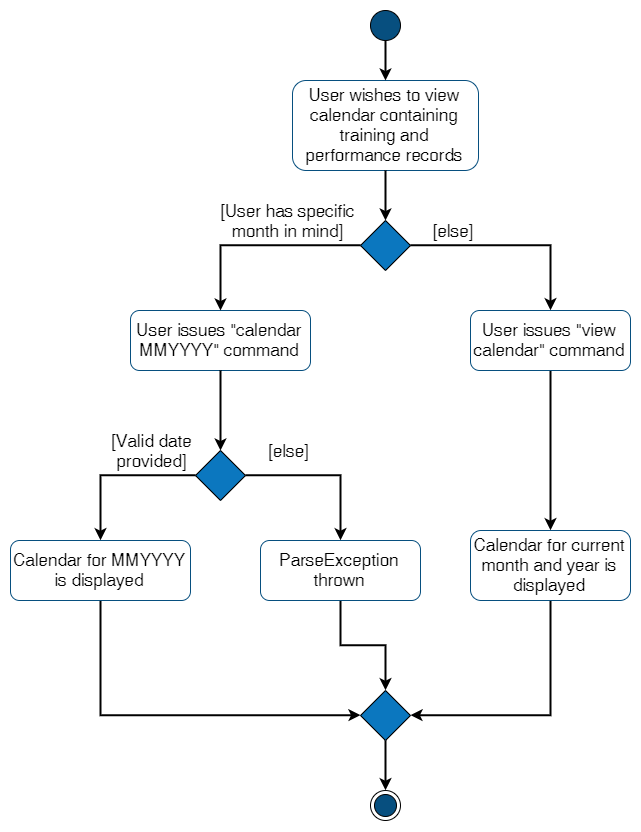
This is docs/images/Function1ActivityDiagram.png from nus-cs2103-AY1920S1/addressbook-level3, a draw.io export, as it was before one commit. Source tidied: cells renumbered, new cells last; positions are measured from the earlier drawing's top-left corner, leaving out a move shared by most shapes.
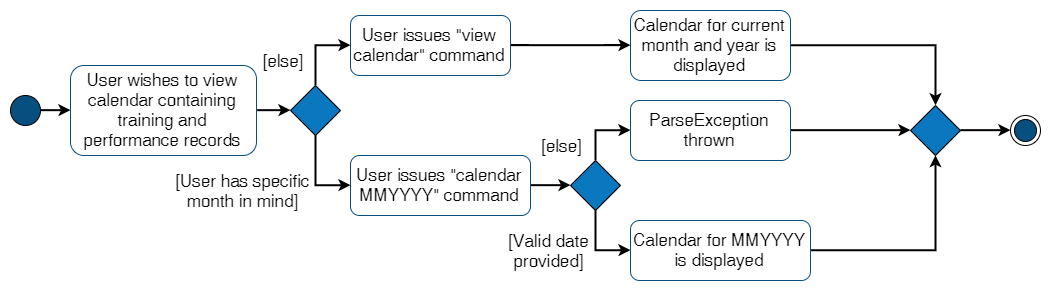
The same file after the commit.

Diff of the diagram source:
```diff
@@ -2,86 +2,86 @@
   <root>
     <mxCell id="0" />
     <mxCell id="1" parent="0" />
-    <mxCell id="2" style="ellipse;whiteSpace=wrap;html=1;fillColor=#074F7F;" parent="1" vertex="1">
-      <mxGeometry x="360" width="30" height="30" as="geometry" />
-    </mxCell>
-    <mxCell id="3" style="ellipse;html=1;shape=endState;fillColor=#074F7F;strokeColor=#000000;" parent="1" vertex="1">
-      <mxGeometry x="360" y="780" width="30" height="30" as="geometry" />
-    </mxCell>
+    <mxCell id="29" style="edgeStyle=orthogonalEdgeStyle;rounded=0;jettySize=auto;html=1;exitX=1;exitY=0.5;exitDx=0;exitDy=0;entryX=0;entryY=0.5;entryDx=0;entryDy=0;strokeWidth=2;" parent="1" edge="1" source="30" target="4">
+      <mxGeometry relative="1" as="geometry" />
+    </mxCell>
+    <mxCell id="30" style="ellipse;whiteSpace=wrap;html=1;fillColor=#074F7F;" parent="1" vertex="1">
+      <mxGeometry x="780" y="315" width="30" height="30" as="geometry" />
+    </mxCell>
+    <mxCell id="31" style="edgeStyle=orthogonalEdgeStyle;rounded=0;jettySize=auto;html=1;exitX=1;exitY=0.5;exitDx=0;exitDy=0;entryX=0;entryY=0.5;entryDx=0;entryDy=0;strokeWidth=2;" parent="1" edge="1" source="4" target="34">
+      <mxGeometry relative="1" as="geometry" />
+    </mxCell>
     <mxCell id="4" value="&lt;font style=&quot;font-size: 17px&quot;&gt;User wishes to view calendar containing training and performance records&lt;/font&gt;" style="rounded=1;whiteSpace=wrap;html=1;strokeColor=#074F7F;fillColor=#FFFFFF;" parent="1" vertex="1">
-      <mxGeometry x="282" y="70" width="186" height="90" as="geometry" />
+      <mxGeometry x="840" y="285" width="186" height="90" as="geometry" />
     </mxCell>
-    <mxCell id="5" style="endArrow=classic;html=1;strokeWidth=2;entryX=0.5;entryY=0;entryDx=0;entryDy=0;exitX=0.5;exitY=1;exitDx=0;exitDy=0;rounded=0;" parent="1" edge="1" source="2" target="4">
-      <mxGeometry relative="1" as="geometry" />
-    </mxCell>
-    <mxCell id="6" style="rhombus;whiteSpace=wrap;html=1;strokeColor=#000000;fillColor=#0B77BF;" parent="1" vertex="1">
-      <mxGeometry x="350" y="210" width="50" height="50" as="geometry" />
-    </mxCell>
-    <mxCell id="7" style="endArrow=classic;html=1;strokeWidth=2;entryX=0.5;entryY=0;entryDx=0;entryDy=0;exitX=0.5;exitY=1;exitDx=0;exitDy=0;rounded=0;" parent="1" edge="1" source="4" target="6">
-      <mxGeometry relative="1" as="geometry" />
-    </mxCell>
+    <mxCell id="32" style="edgeStyle=orthogonalEdgeStyle;rounded=0;jettySize=auto;html=1;exitX=0.5;exitY=1;exitDx=0;exitDy=0;entryX=0;entryY=0.5;entryDx=0;entryDy=0;strokeWidth=2;" parent="1" edge="1" source="34" target="8">
+      <mxGeometry relative="1" as="geometry" />
+    </mxCell>
+    <mxCell id="33" style="edgeStyle=orthogonalEdgeStyle;rounded=0;jettySize=auto;html=1;exitX=0.5;exitY=0;exitDx=0;exitDy=0;entryX=0;entryY=0.5;entryDx=0;entryDy=0;strokeWidth=2;" parent="1" edge="1" source="34" target="10">
+      <mxGeometry relative="1" as="geometry" />
+    </mxCell>
+    <mxCell id="34" style="rhombus;whiteSpace=wrap;html=1;strokeColor=#000000;fillColor=#0B77BF;" parent="1" vertex="1">
+      <mxGeometry x="1060" y="305" width="50" height="50" as="geometry" />
+    </mxCell>
+    <mxCell id="13" value="&lt;font style=&quot;font-size: 17px&quot;&gt;[User has specific month in mind]&lt;/font&gt;" style="text;html=1;strokeColor=none;fillColor=none;align=center;verticalAlign=middle;whiteSpace=wrap;rounded=0;" parent="1" vertex="1">
+      <mxGeometry x="940" y="400" width="145" height="20" as="geometry" />
+    </mxCell>
+    <mxCell id="14" value="&lt;font style=&quot;font-size: 17px&quot;&gt;[else]&lt;/font&gt;" style="text;html=1;strokeColor=none;fillColor=none;align=center;verticalAlign=middle;whiteSpace=wrap;rounded=0;" parent="1" vertex="1">
+      <mxGeometry x="980" y="270" width="145" height="20" as="geometry" />
+    </mxCell>
+    <mxCell id="35" style="edgeStyle=orthogonalEdgeStyle;rounded=0;jettySize=auto;html=1;exitX=1;exitY=0.5;exitDx=0;exitDy=0;entryX=0;entryY=0.5;entryDx=0;entryDy=0;strokeWidth=2;" parent="1" edge="1" source="8" target="38">
+      <mxGeometry relative="1" as="geometry" />
+    </mxCell>
     <mxCell id="8" value="&lt;font style=&quot;font-size: 17px&quot;&gt;User issues &quot;calendar MMYYYY&quot; command&lt;/font&gt;" style="rounded=1;whiteSpace=wrap;html=1;strokeColor=#074F7F;fillColor=#FFFFFF;" parent="1" vertex="1">
-      <mxGeometry x="120" y="300" width="180" height="60" as="geometry" />
+      <mxGeometry x="1120" y="375" width="180" height="60" as="geometry" />
     </mxCell>
-    <mxCell id="9" style="edgeStyle=orthogonalEdgeStyle;rounded=0;jettySize=auto;html=1;entryX=0.5;entryY=0;entryDx=0;entryDy=0;strokeWidth=2;" parent="1" edge="1" source="10" target="24">
+    <mxCell id="9" style="edgeStyle=orthogonalEdgeStyle;rounded=0;jettySize=auto;html=1;entryX=0;entryY=0.5;entryDx=0;entryDy=0;strokeWidth=2;" parent="1" edge="1" source="10" target="24">
       <mxGeometry relative="1" as="geometry" />
     </mxCell>
     <mxCell id="10" value="&lt;font style=&quot;font-size: 17px&quot;&gt;User issues &quot;view calendar&quot; command&lt;/font&gt;" style="rounded=1;whiteSpace=wrap;html=1;strokeColor=#074F7F;fillColor=#FFFFFF;" parent="1" vertex="1">
-      <mxGeometry x="460" y="300" width="160" height="60" as="geometry" />
+      <mxGeometry x="1120" y="235" width="160" height="60" as="geometry" />
     </mxCell>
-    <mxCell id="11" style="endArrow=classic;html=1;strokeWidth=2;entryX=0.5;entryY=0;entryDx=0;entryDy=0;exitX=1;exitY=0.5;exitDx=0;exitDy=0;edgeStyle=orthogonalEdgeStyle;rounded=0;" parent="1" edge="1" source="6" target="10">
-      <mxGeometry relative="1" as="geometry" />
-    </mxCell>
-    <mxCell id="12" style="endArrow=classic;html=1;strokeWidth=2;exitX=0;exitY=0.5;exitDx=0;exitDy=0;edgeStyle=orthogonalEdgeStyle;rounded=0;" parent="1" edge="1" source="6" target="8">
-      <mxGeometry relative="1" as="geometry" />
-    </mxCell>
-    <mxCell id="13" value="&lt;font style=&quot;font-size: 17px&quot;&gt;[User has specific month in mind]&lt;/font&gt;" style="text;html=1;strokeColor=none;fillColor=none;align=center;verticalAlign=middle;whiteSpace=wrap;rounded=0;" parent="1" vertex="1">
-      <mxGeometry x="205" y="200" width="145" height="20" as="geometry" />
-    </mxCell>
-    <mxCell id="14" value="&lt;font style=&quot;font-size: 17px&quot;&gt;[else]&lt;/font&gt;" style="text;html=1;strokeColor=none;fillColor=none;align=center;verticalAlign=middle;whiteSpace=wrap;rounded=0;" parent="1" vertex="1">
-      <mxGeometry x="370" y="210" width="145" height="20" as="geometry" />
-    </mxCell>
-    <mxCell id="15" style="rhombus;whiteSpace=wrap;html=1;strokeColor=#000000;fillColor=#0B77BF;" parent="1" vertex="1">
-      <mxGeometry x="185" y="440" width="50" height="50" as="geometry" />
-    </mxCell>
-    <mxCell id="16" style="endArrow=classic;html=1;strokeWidth=2;entryX=0.5;entryY=0;entryDx=0;entryDy=0;exitX=0.5;exitY=1;exitDx=0;exitDy=0;rounded=0;" parent="1" edge="1" source="8" target="15">
-      <mxGeometry relative="1" as="geometry" />
-    </mxCell>
-    <mxCell id="17" style="endArrow=classic;html=1;strokeWidth=2;entryX=0.5;entryY=0;entryDx=0;entryDy=0;exitX=1;exitY=0.5;exitDx=0;exitDy=0;rounded=0;edgeStyle=orthogonalEdgeStyle;" parent="1" edge="1" source="15" target="22">
-      <mxGeometry relative="1" as="geometry" />
-    </mxCell>
-    <mxCell id="18" style="endArrow=classic;html=1;strokeWidth=2;exitX=0;exitY=0.5;exitDx=0;exitDy=0;edgeStyle=orthogonalEdgeStyle;rounded=0;entryX=0.5;entryY=0;entryDx=0;entryDy=0;" parent="1" edge="1" source="15" target="20">
-      <mxGeometry relative="1" as="geometry" />
-    </mxCell>
-    <mxCell id="19" style="edgeStyle=orthogonalEdgeStyle;rounded=0;jettySize=auto;html=1;exitX=0.5;exitY=1;exitDx=0;exitDy=0;entryX=0;entryY=0.5;entryDx=0;entryDy=0;strokeWidth=2;" parent="1" edge="1" source="20" target="28">
-      <mxGeometry relative="1" as="geometry" />
-    </mxCell>
+    <mxCell id="36" style="edgeStyle=orthogonalEdgeStyle;rounded=0;jettySize=auto;html=1;exitX=0.5;exitY=1;exitDx=0;exitDy=0;entryX=0;entryY=0.5;entryDx=0;entryDy=0;strokeWidth=2;" parent="1" edge="1" source="38" target="20">
+      <mxGeometry relative="1" as="geometry" />
+    </mxCell>
+    <mxCell id="37" style="edgeStyle=orthogonalEdgeStyle;rounded=0;jettySize=auto;html=1;exitX=0.5;exitY=0;exitDx=0;exitDy=0;entryX=0;entryY=0.5;entryDx=0;entryDy=0;strokeWidth=2;" parent="1" edge="1" source="38" target="22">
+      <mxGeometry relative="1" as="geometry" />
+    </mxCell>
+    <mxCell id="38" style="rhombus;whiteSpace=wrap;html=1;strokeColor=#000000;fillColor=#0B77BF;" parent="1" vertex="1">
+      <mxGeometry x="1340" y="380" width="50" height="50" as="geometry" />
+    </mxCell>
+    <mxCell id="39" style="edgeStyle=orthogonalEdgeStyle;rounded=0;jettySize=auto;html=1;exitX=1;exitY=0.5;exitDx=0;exitDy=0;entryX=0;entryY=0.5;entryDx=0;entryDy=0;strokeWidth=2;" parent="1" edge="1" source="22" target="42">
+      <mxGeometry relative="1" as="geometry" />
+    </mxCell>
+    <mxCell id="22" value="&lt;font style=&quot;font-size: 17px&quot;&gt;ParseException thrown&lt;/font&gt;" style="rounded=1;whiteSpace=wrap;html=1;strokeColor=#074F7F;fillColor=#FFFFFF;" parent="1" vertex="1">
+      <mxGeometry x="1400" y="320" width="160" height="60" as="geometry" />
+    </mxCell>
+    <mxCell id="40" style="edgeStyle=orthogonalEdgeStyle;rounded=0;jettySize=auto;html=1;exitX=1;exitY=0.5;exitDx=0;exitDy=0;entryX=0.5;entryY=1;entryDx=0;entryDy=0;strokeWidth=2;" parent="1" edge="1" source="20" target="42">
+      <mxGeometry relative="1" as="geometry" />
+    </mxCell>
     <mxCell id="20" value="&lt;font style=&quot;font-size: 17px&quot;&gt;Calendar for MMYYYY is displayed&lt;/font&gt;" style="rounded=1;whiteSpace=wrap;html=1;strokeColor=#074F7F;fillColor=#FFFFFF;" parent="1" vertex="1">
-      <mxGeometry y="530" width="180" height="60" as="geometry" />
+      <mxGeometry x="1400" y="440" width="180" height="60" as="geometry" />
     </mxCell>
-    <mxCell id="21" style="edgeStyle=orthogonalEdgeStyle;rounded=0;jettySize=auto;html=1;exitX=0.5;exitY=1;exitDx=0;exitDy=0;entryX=0.5;entryY=0;entryDx=0;entryDy=0;strokeWidth=2;" parent="1" edge="1" source="22" target="28">
-      <mxGeometry relative="1" as="geometry" />
-    </mxCell>
-    <mxCell id="22" value="&lt;font style=&quot;font-size: 17px&quot;&gt;ParseException thrown&lt;/font&gt;" style="rounded=1;whiteSpace=wrap;html=1;strokeColor=#074F7F;fillColor=#FFFFFF;" parent="1" vertex="1">
-      <mxGeometry x="250" y="530" width="160" height="60" as="geometry" />
-    </mxCell>
-    <mxCell id="23" style="edgeStyle=orthogonalEdgeStyle;rounded=0;jettySize=auto;html=1;exitX=0.5;exitY=1;exitDx=0;exitDy=0;entryX=1;entryY=0.5;entryDx=0;entryDy=0;strokeWidth=2;" parent="1" edge="1" source="24" target="28">
-      <mxGeometry relative="1" as="geometry" />
-    </mxCell>
+    <mxCell id="26" value="&lt;span style=&quot;font-size: 17px&quot;&gt;[else]&lt;/span&gt;" style="text;html=1;strokeColor=none;fillColor=none;align=center;verticalAlign=middle;whiteSpace=wrap;rounded=0;" parent="1" vertex="1">
+      <mxGeometry x="1250" y="355" width="163" height="20" as="geometry" />
+    </mxCell>
+    <mxCell id="25" value="&lt;span style=&quot;font-size: 17px&quot;&gt;[Valid date&lt;br&gt;provided]&lt;/span&gt;" style="text;html=1;strokeColor=none;fillColor=none;align=center;verticalAlign=middle;whiteSpace=wrap;rounded=0;" parent="1" vertex="1">
+      <mxGeometry x="1237" y="460" width="163" height="20" as="geometry" />
+    </mxCell>
+    <mxCell id="41" style="edgeStyle=orthogonalEdgeStyle;rounded=0;jettySize=auto;html=1;exitX=1;exitY=0.5;exitDx=0;exitDy=0;entryX=0;entryY=0.5;entryDx=0;entryDy=0;strokeWidth=2;" parent="1" edge="1" source="42" target="43">
+      <mxGeometry relative="1" as="geometry" />
+    </mxCell>
+    <mxCell id="42" style="rhombus;whiteSpace=wrap;html=1;strokeColor=#000000;fillColor=#0B77BF;" parent="1" vertex="1">
+      <mxGeometry x="1680" y="325" width="50" height="50" as="geometry" />
+    </mxCell>
+    <mxCell id="43" style="ellipse;html=1;shape=endState;fillColor=#074F7F;strokeColor=#000000;" parent="1" vertex="1">
+      <mxGeometry x="1780" y="335" width="30" height="30" as="geometry" />
+    </mxCell>
+    <mxCell id="44" style="edgeStyle=orthogonalEdgeStyle;rounded=0;jettySize=auto;html=1;exitX=1;exitY=0.5;exitDx=0;exitDy=0;entryX=0.5;entryY=0;entryDx=0;entryDy=0;strokeWidth=2;" parent="1" edge="1" source="24" target="42">
+      <mxGeometry relative="1" as="geometry" />
+    </mxCell>
     <mxCell id="24" value="&lt;span style=&quot;font-size: 17px&quot;&gt;Calendar for current month and year is displayed&lt;/span&gt;" style="rounded=1;whiteSpace=wrap;html=1;strokeColor=#074F7F;fillColor=#FFFFFF;" parent="1" vertex="1">
-      <mxGeometry x="460" y="520" width="160" height="70" as="geometry" />
+      <mxGeometry x="1400" y="230" width="160" height="70" as="geometry" />
     </mxCell>
-    <mxCell id="25" value="&lt;span style=&quot;font-size: 17px&quot;&gt;[Valid date&lt;br&gt;provided]&lt;/span&gt;" style="text;html=1;strokeColor=none;fillColor=none;align=center;verticalAlign=middle;whiteSpace=wrap;rounded=0;" parent="1" vertex="1">
-      <mxGeometry x="60" y="430" width="163" height="20" as="geometry" />
-    </mxCell>
-    <mxCell id="26" value="&lt;span style=&quot;font-size: 17px&quot;&gt;[else]&lt;/span&gt;" style="text;html=1;strokeColor=none;fillColor=none;align=center;verticalAlign=middle;whiteSpace=wrap;rounded=0;" parent="1" vertex="1">
-      <mxGeometry x="197" y="430" width="163" height="20" as="geometry" />
-    </mxCell>
-    <mxCell id="27" style="edgeStyle=orthogonalEdgeStyle;rounded=0;jettySize=auto;html=1;entryX=0.5;entryY=0;entryDx=0;entryDy=0;strokeWidth=2;" parent="1" edge="1" source="28" target="3">
-      <mxGeometry relative="1" as="geometry" />
-    </mxCell>
-    <mxCell id="28" style="rhombus;whiteSpace=wrap;html=1;strokeColor=#000000;fillColor=#0B77BF;" parent="1" vertex="1">
-      <mxGeometry x="350" y="680" width="50" height="50" as="geometry" />
-    </mxCell>
   </root>
 </mxGraphModel>
```
